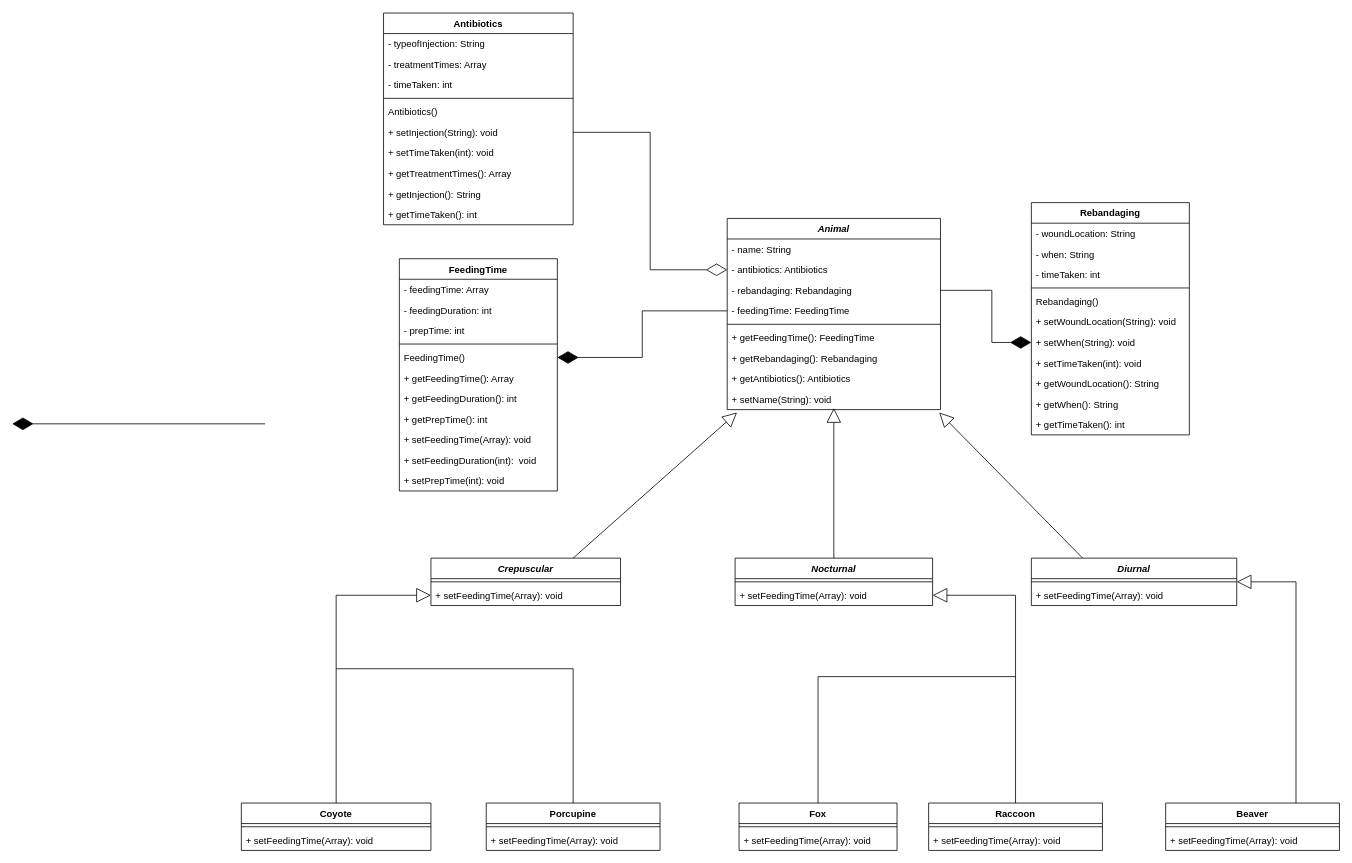
Before: UML.drawio in meetuofcbhatt/Wildlife_Schedule_Builder, a draw.io diagram. Source tidied: cells renumbered, new cells numbered last; positions are measured from the earlier drawing's top-left corner, leaving out a move shared by most shapes. Both pictures are drawn from the tidied source at 79%, with x=0, y=0 at pixel (12, 13).
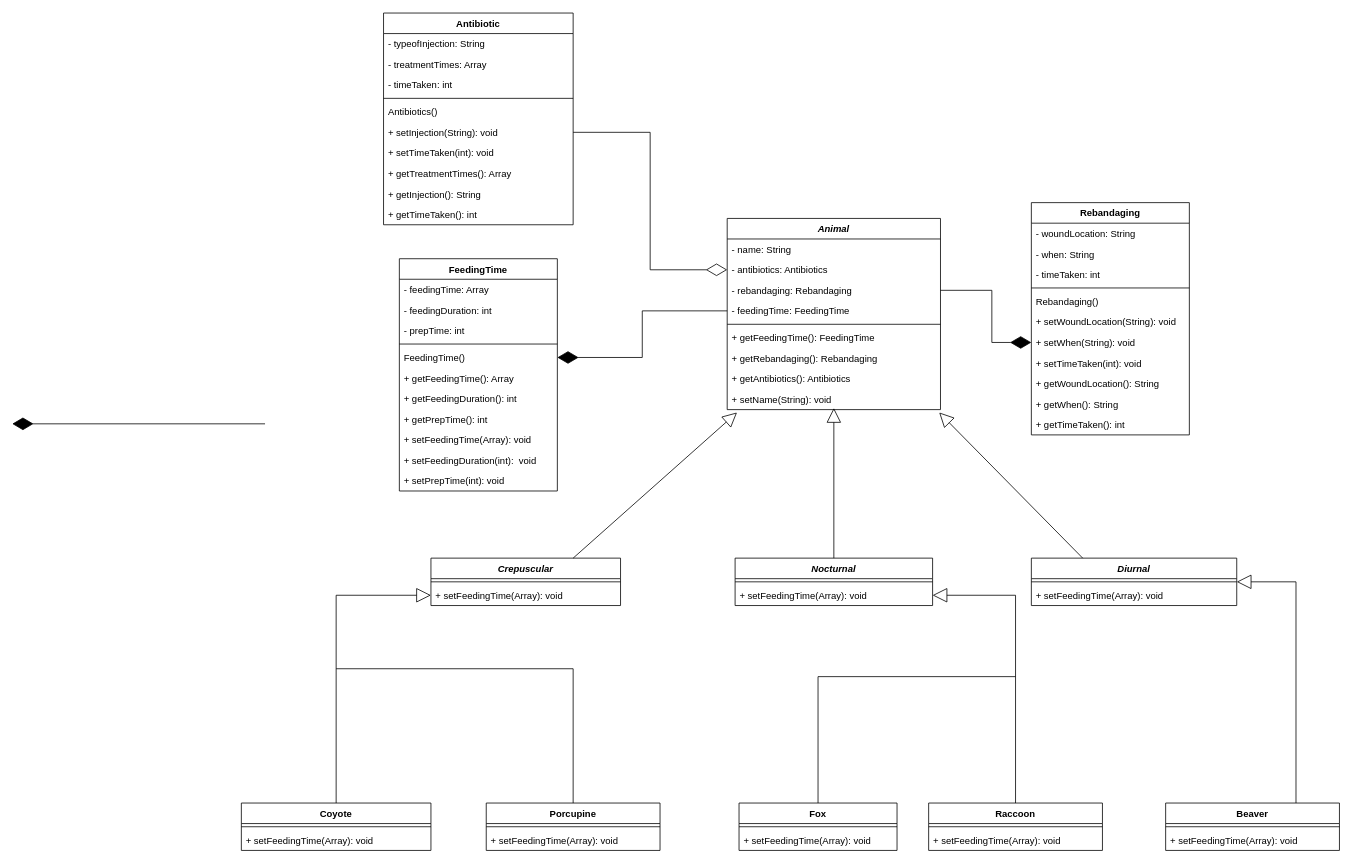
After the change.

Diff of the diagram source:
```diff
@@
-    <mxCell id="51" value="Antibiotics" style="swimlane;fontStyle=1;align=center;verticalAlign=top;horizontal=1;startSize=26;" parent="1" vertex="1">
+    <mxCell id="51" value="Antibiotic" style="swimlane;fontStyle=1;align=center;verticalAlign=top;horizontal=1;startSize=26;" parent="1" vertex="1">
       <mxGeometry x="470" width="240" height="268" as="geometry" />
     </mxCell>
```
